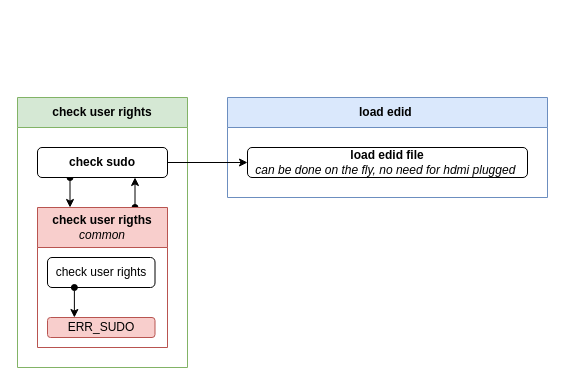
Before: page "setup-process" (3 of 4) of docs/utils/drawio/arch.drawio in repeact/embedded-sw, a draw.io diagram. Source tidied: cells renumbered, new cells numbered last; positions are measured from the earlier drawing's top-left corner, leaving out a move shared by most shapes. Both pictures are drawn from the tidied source at 100%, with x=0, y=0 at pixel (17, 97).
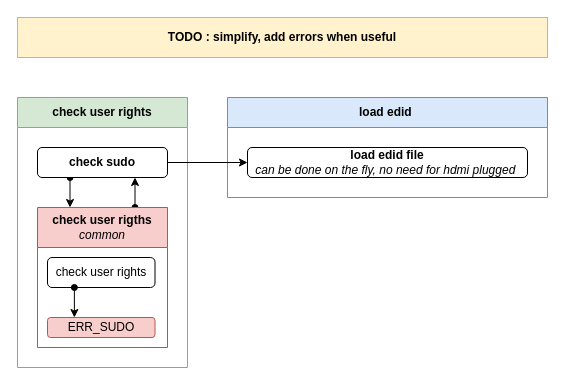
The same diagram, later.

Commit message (it also covers changes not shown here):
docs(todo): add architecture todo

Add architecture todo tags.
Small refactor on diagram layout issues.

Diff of the diagram source:
```diff
@@
 <mxGraphModel>
   <root>
     <mxCell id="0" />
     <mxCell id="1" parent="0" />
     <mxCell id="2" value="check user rights" style="swimlane;whiteSpace=wrap;html=1;startSize=30;fillColor=#d5e8d4;strokeColor=#82b366;" parent="1" vertex="1">
       <mxGeometry width="170" height="270" as="geometry" />
     </mxCell>
     <mxCell id="3" style="edgeStyle=orthogonalEdgeStyle;rounded=0;jettySize=auto;html=1;exitX=0.75;exitY=0;exitDx=0;exitDy=0;entryX=0.75;entryY=1;entryDx=0;entryDy=0;startArrow=oval;startFill=1;" parent="2" edge="1" source="4" target="9">
       <mxGeometry relative="1" as="geometry" />
     </mxCell>
     <mxCell id="4" value="check user rigths&lt;div&gt;&lt;i style=&quot;font-weight: normal;&quot;&gt;common&lt;/i&gt;&lt;/div&gt;" style="swimlane;whiteSpace=wrap;html=1;startSize=40;fillColor=#f8cecc;strokeColor=#b85450;" parent="2" vertex="1">
       <mxGeometry x="20" y="110" width="130" height="140" as="geometry" />
     </mxCell>
     <mxCell id="5" value="check user rights" style="rounded=1;whiteSpace=wrap;html=1;" parent="4" vertex="1">
       <mxGeometry x="10" y="50" width="107.5" height="30" as="geometry" />
     </mxCell>
     <mxCell id="6" style="edgeStyle=orthogonalEdgeStyle;rounded=0;jettySize=auto;html=1;entryX=0.25;entryY=0;entryDx=0;entryDy=0;startArrow=oval;startFill=1;exitX=0.25;exitY=1;exitDx=0;exitDy=0;" parent="4" edge="1" source="5" target="7">
       <mxGeometry relative="1" as="geometry" />
     </mxCell>
     <mxCell id="7" value="ERR_SUDO" style="rounded=1;whiteSpace=wrap;html=1;fillColor=#f8cecc;strokeColor=#b85450;" parent="4" vertex="1">
       <mxGeometry x="10" y="110" width="107.5" height="20" as="geometry" />
     </mxCell>
     <mxCell id="8" style="edgeStyle=orthogonalEdgeStyle;rounded=0;jettySize=auto;html=1;exitX=0.25;exitY=1;exitDx=0;exitDy=0;entryX=0.25;entryY=0;entryDx=0;entryDy=0;startArrow=oval;startFill=1;" parent="2" edge="1" source="9" target="4">
       <mxGeometry relative="1" as="geometry" />
     </mxCell>
     <mxCell id="9" value="&lt;b&gt;check sudo&lt;/b&gt;" style="rounded=1;whiteSpace=wrap;html=1;" parent="2" vertex="1">
       <mxGeometry x="20" y="50" width="130" height="30" as="geometry" />
     </mxCell>
     <mxCell id="10" value="&lt;span style=&quot;background-color: transparent; color: light-dark(rgb(0, 0, 0), rgb(255, 255, 255));&quot;&gt;load edid&amp;nbsp;&lt;/span&gt;" style="swimlane;whiteSpace=wrap;html=1;startSize=30;fillColor=#dae8fc;strokeColor=#6c8ebf;" parent="1" vertex="1">
       <mxGeometry x="210" width="320" height="100" as="geometry" />
     </mxCell>
     <mxCell id="11" value="&lt;b&gt;load edid file&lt;/b&gt;&lt;br&gt;&lt;i&gt;can be done on the fly, no need for hdmi plugged&amp;nbsp;&lt;/i&gt;" style="rounded=1;whiteSpace=wrap;html=1;" parent="10" vertex="1">
       <mxGeometry x="20" y="50" width="280" height="30" as="geometry" />
     </mxCell>
     <mxCell id="12" style="edgeStyle=orthogonalEdgeStyle;rounded=0;jettySize=auto;html=1;exitX=1;exitY=0.5;exitDx=0;exitDy=0;entryX=0;entryY=0.5;entryDx=0;entryDy=0;" parent="1" edge="1" source="9" target="11">
       <mxGeometry relative="1" as="geometry" />
     </mxCell>
+    <mxCell id="13" value="TODO : simplify, add errors when useful" style="rounded=0;whiteSpace=wrap;html=1;fillColor=#fff2cc;strokeColor=#d6b656;fontStyle=1;" parent="1" vertex="1">
+      <mxGeometry y="-80" width="530" height="40" as="geometry" />
+    </mxCell>
   </root>
 </mxGraphModel>
```
